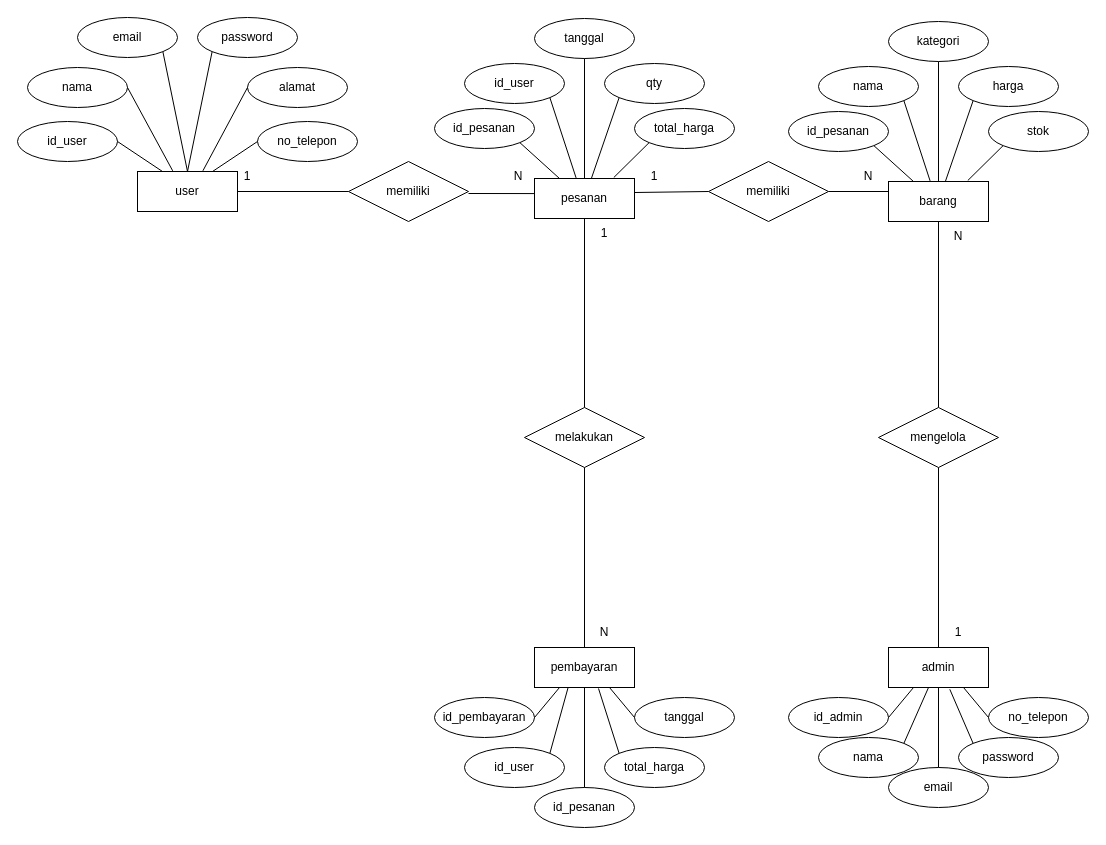
zerocode0806/Flowchart-E-Comerce-Elektronik keeps this draw.io diagram as ERD-Ecommerce-Elektronik.drawio. Above is the earlier version. Source tidied: cells renumbered, new cells numbered last; positions are measured from the earlier drawing's top-left corner, leaving out a move shared by most shapes. Both pictures are drawn from the tidied source at 100%, with x=0, y=0 at pixel (17, 17).
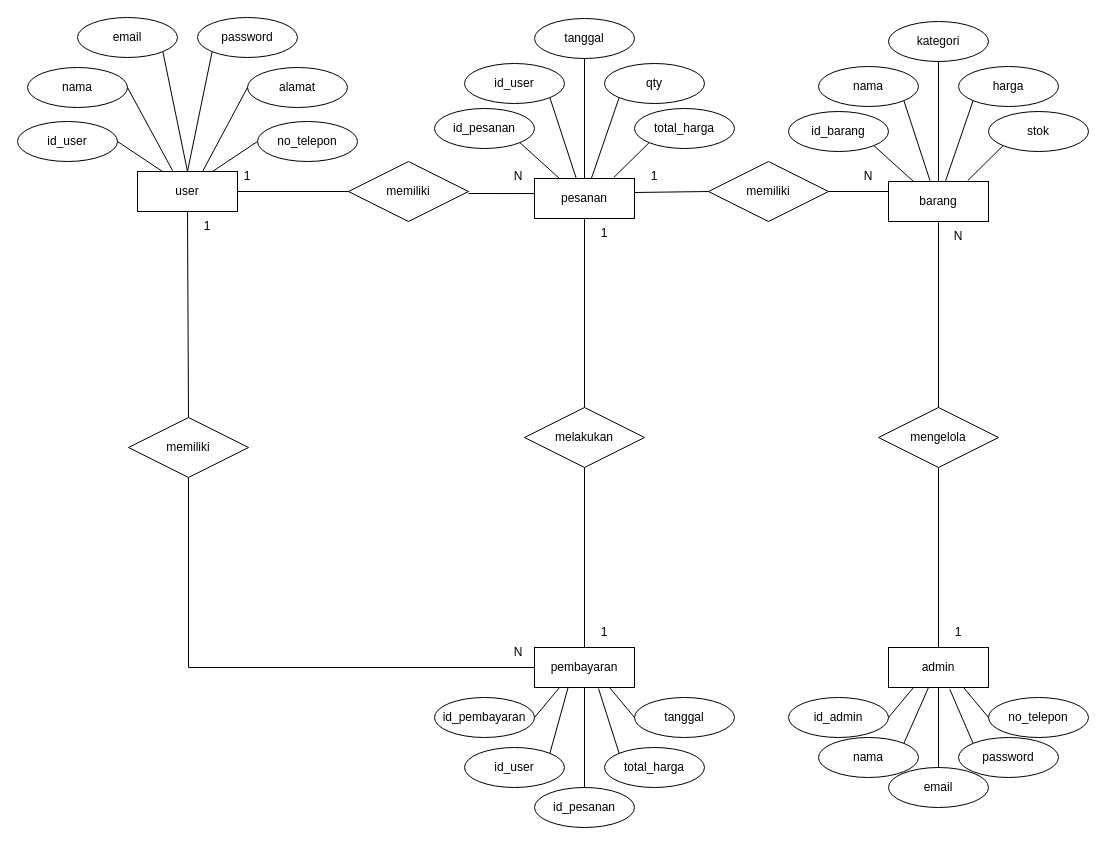
After the change.

The change refers to these unchanged cells:
```xml
<mxCell id="2" value="user" style="whiteSpace=wrap;html=1;align=center;" parent="1" vertex="1">
  <mxGeometry x="120" y="154" width="100" height="40" as="geometry" />
</mxCell>
<mxCell id="8" value="pembayaran" style="whiteSpace=wrap;html=1;align=center;" parent="1" vertex="1">
  <mxGeometry x="517" y="630" width="100" height="40" as="geometry" />
</mxCell>
```

Change to the diagram source:
```diff
@@
-    <mxCell id="44" value="id_pesanan" style="ellipse;whiteSpace=wrap;html=1;align=center;" parent="1" vertex="1">
+    <mxCell id="44" value="id_barang" style="ellipse;whiteSpace=wrap;html=1;align=center;" parent="1" vertex="1">
       <mxGeometry x="771" y="94" width="100" height="40" as="geometry" />
     </mxCell>
@@
-    <mxCell id="78" value="N" style="text;html=1;whiteSpace=wrap;strokeColor=none;fillColor=none;align=center;verticalAlign=middle;rounded=0;" parent="1" vertex="1">
+    <mxCell id="78" value="1" style="text;html=1;whiteSpace=wrap;strokeColor=none;fillColor=none;align=center;verticalAlign=middle;rounded=0;" parent="1" vertex="1">
       <mxGeometry x="557" y="600" width="60" height="30" as="geometry" />
     </mxCell>
+    <mxCell id="79" value="memiliki" style="shape=rhombus;perimeter=rhombusPerimeter;whiteSpace=wrap;html=1;align=center;" parent="1" vertex="1">
+      <mxGeometry x="111" y="400" width="120" height="60" as="geometry" />
+    </mxCell>
+    <mxCell id="80" style="endArrow=none;html=1;rounded=0;exitX=0.5;exitY=1;exitDx=0;exitDy=0;entryX=0.5;entryY=0;entryDx=0;entryDy=0;" parent="1" edge="1" source="2" target="79">
+      <mxGeometry relative="1" as="geometry" />
+    </mxCell>
+    <mxCell id="81" style="endArrow=none;html=1;rounded=0;exitX=0.5;exitY=1;exitDx=0;exitDy=0;entryX=0;entryY=0.5;entryDx=0;entryDy=0;" parent="1" edge="1" source="79" target="8">
+      <mxGeometry relative="1" as="geometry">
+        <Array as="points">
+          <mxPoint x="171" y="650" />
+        </Array>
+      </mxGeometry>
+    </mxCell>
+    <mxCell id="82" value="1" style="text;html=1;whiteSpace=wrap;strokeColor=none;fillColor=none;align=center;verticalAlign=middle;rounded=0;" parent="1" vertex="1">
+      <mxGeometry x="160" y="194" width="60" height="30" as="geometry" />
+    </mxCell>
+    <mxCell id="83" value="N" style="text;html=1;whiteSpace=wrap;strokeColor=none;fillColor=none;align=center;verticalAlign=middle;rounded=0;" parent="1" vertex="1">
+      <mxGeometry x="471" y="620" width="60" height="30" as="geometry" />
+    </mxCell>
```
